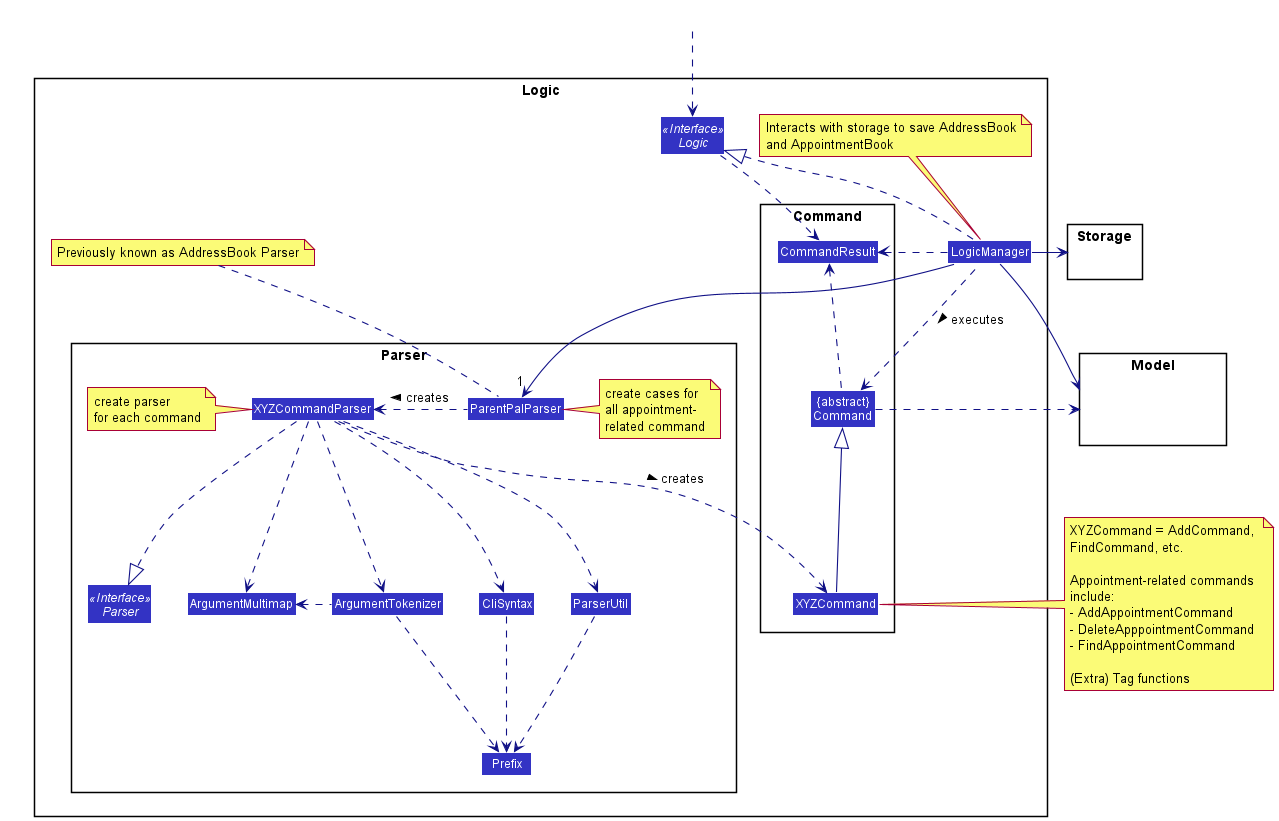
nus-cs2103-AY2021S2/tp keeps this PlantUML diagram as docs/images/AppointmentWithLogicClassDiagram.png. Above is the earlier version.
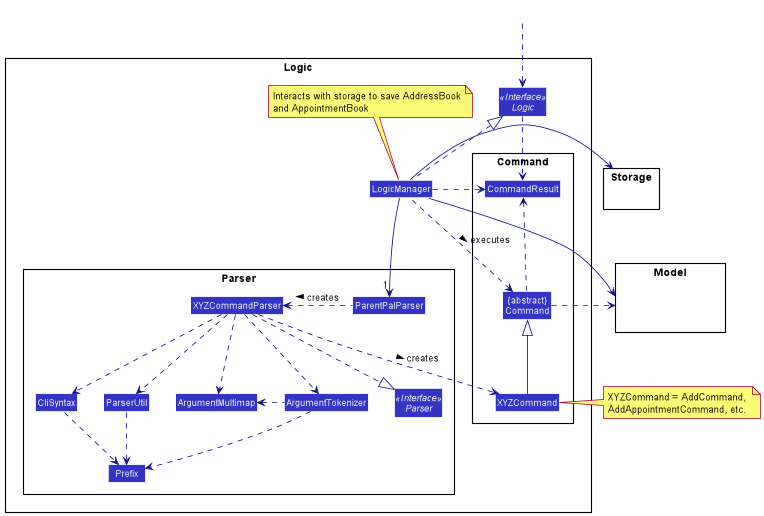
Later version of the same file.

Commit message:
Merge appointment diagrams into AB3's diagrams

The edit, as a diff of the source:
```diff
@@ -15,12 +15,9 @@
 Class ArgumentMultimap
 Class ArgumentTokenizer
 Class Prefix
-note right of ParentPalParser: create cases for\nall appointment-\nrelated command
-note left of XYZCommandParser: create parser\nfor each command
 }
 
 note top of LogicManager: Interacts with storage to save AddressBook\nand AppointmentBook
-note top of ParentPalParser: Previously known as AddressBook Parser
 package Command {
 Class XYZCommand
 Class CommandResult
@@ -61,7 +58,7 @@
 
 LogicManager --> Model
 Command .right.> Model
-note right of XYZCommand: XYZCommand = AddCommand, \nFindCommand, etc.\n\nAppointment-related commands\ninclude:\n- AddAppointmentCommand\n- DeleteApppointmentCommand\n- FindAppointmentCommand\n\n(Extra) Tag functions
+note right of XYZCommand: XYZCommand = AddCommand, \nAddAppointmentCommand, etc.
 
 Logic ..> CommandResult
 LogicManager .down.> CommandResult
```
